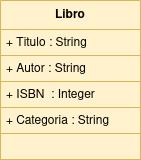
Above: Sistema de Gestión de Bibliotecas.png in alejandrosalazargonzalez/asociacion (draw.io), before the change. Source tidied: cells renumbered, new cells last; positions are measured from the earlier drawing's top-left corner, leaving out a move shared by most shapes. Its diagram source:
```xml
<mxGraphModel>
  <root>
    <mxCell id="0" />
    <mxCell id="1" parent="0" />
    <mxCell id="2" value="Libro" style="swimlane;fontStyle=1;align=center;verticalAlign=middle;horizontal=1;startSize=29;html=1;whiteSpace=wrap;fillColor=#fff2cc;strokeColor=#d6b656;" parent="1" vertex="1">
      <mxGeometry width="140" height="159" as="geometry" />
    </mxCell>
    <mxCell id="3" value="+ Titulo : String" style="text;strokeColor=#d6b656;fillColor=#fff2cc;align=left;verticalAlign=top;spacingLeft=4;spacingRight=4;overflow=hidden;whiteSpace=wrap;html=1;" parent="2" vertex="1">
      <mxGeometry y="29" width="140" height="26" as="geometry" />
    </mxCell>
    <mxCell id="4" value="+ Autor : String" style="text;strokeColor=#d6b656;fillColor=#fff2cc;align=left;verticalAlign=top;spacingLeft=4;spacingRight=4;overflow=hidden;whiteSpace=wrap;html=1;" parent="2" vertex="1">
      <mxGeometry y="55" width="140" height="26" as="geometry" />
    </mxCell>
    <mxCell id="5" value="+ ISBN&amp;nbsp; : Integer" style="text;strokeColor=#d6b656;fillColor=#fff2cc;align=left;verticalAlign=top;spacingLeft=4;spacingRight=4;overflow=hidden;whiteSpace=wrap;html=1;" parent="2" vertex="1">
      <mxGeometry y="81" width="140" height="26" as="geometry" />
    </mxCell>
    <mxCell id="6" value="+ Categoria : String" style="text;strokeColor=#d6b656;fillColor=#fff2cc;align=left;verticalAlign=top;spacingLeft=4;spacingRight=4;overflow=hidden;whiteSpace=wrap;html=1;" parent="2" vertex="1">
      <mxGeometry y="107" width="140" height="26" as="geometry" />
    </mxCell>
    <mxCell id="7" style="text;strokeColor=#d6b656;fillColor=#fff2cc;align=left;verticalAlign=top;spacingLeft=4;spacingRight=4;overflow=hidden;whiteSpace=wrap;html=1;" parent="2" vertex="1">
      <mxGeometry y="133" width="140" height="26" as="geometry" />
    </mxCell>
  </root>
</mxGraphModel>
```
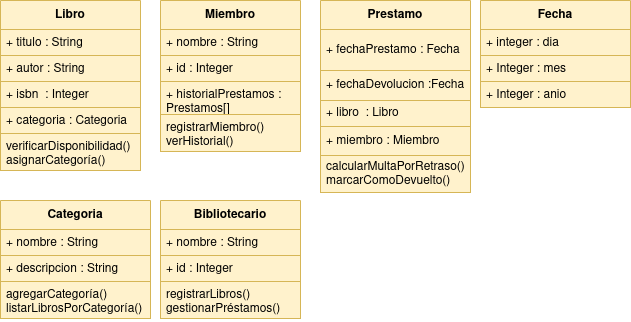
Later version of the same file.

Change to the diagram source:
```diff
@@ -3,22 +3,91 @@
     <mxCell id="0" />
     <mxCell id="1" parent="0" />
     <mxCell id="2" value="Libro" style="swimlane;fontStyle=1;align=center;verticalAlign=middle;horizontal=1;startSize=29;html=1;whiteSpace=wrap;fillColor=#fff2cc;strokeColor=#d6b656;" parent="1" vertex="1">
-      <mxGeometry width="140" height="159" as="geometry" />
+      <mxGeometry width="140" height="170" as="geometry" />
     </mxCell>
-    <mxCell id="3" value="+ Titulo : String" style="text;strokeColor=#d6b656;fillColor=#fff2cc;align=left;verticalAlign=top;spacingLeft=4;spacingRight=4;overflow=hidden;whiteSpace=wrap;html=1;" parent="2" vertex="1">
+    <mxCell id="3" value="+ titulo : String" style="text;strokeColor=#d6b656;fillColor=#fff2cc;align=left;verticalAlign=top;spacingLeft=4;spacingRight=4;overflow=hidden;whiteSpace=wrap;html=1;" parent="2" vertex="1">
       <mxGeometry y="29" width="140" height="26" as="geometry" />
     </mxCell>
-    <mxCell id="4" value="+ Autor : String" style="text;strokeColor=#d6b656;fillColor=#fff2cc;align=left;verticalAlign=top;spacingLeft=4;spacingRight=4;overflow=hidden;whiteSpace=wrap;html=1;" parent="2" vertex="1">
+    <mxCell id="4" value="+ autor : String" style="text;strokeColor=#d6b656;fillColor=#fff2cc;align=left;verticalAlign=top;spacingLeft=4;spacingRight=4;overflow=hidden;whiteSpace=wrap;html=1;" parent="2" vertex="1">
       <mxGeometry y="55" width="140" height="26" as="geometry" />
     </mxCell>
-    <mxCell id="5" value="+ ISBN&amp;nbsp; : Integer" style="text;strokeColor=#d6b656;fillColor=#fff2cc;align=left;verticalAlign=top;spacingLeft=4;spacingRight=4;overflow=hidden;whiteSpace=wrap;html=1;" parent="2" vertex="1">
+    <mxCell id="5" value="+ isbn&amp;nbsp; : Integer" style="text;strokeColor=#d6b656;fillColor=#fff2cc;align=left;verticalAlign=top;spacingLeft=4;spacingRight=4;overflow=hidden;whiteSpace=wrap;html=1;" parent="2" vertex="1">
       <mxGeometry y="81" width="140" height="26" as="geometry" />
     </mxCell>
-    <mxCell id="6" value="+ Categoria : String" style="text;strokeColor=#d6b656;fillColor=#fff2cc;align=left;verticalAlign=top;spacingLeft=4;spacingRight=4;overflow=hidden;whiteSpace=wrap;html=1;" parent="2" vertex="1">
+    <mxCell id="6" value="+ categoria : Categoria" style="text;strokeColor=#d6b656;fillColor=#fff2cc;align=left;verticalAlign=top;spacingLeft=4;spacingRight=4;overflow=hidden;whiteSpace=wrap;html=1;" parent="2" vertex="1">
       <mxGeometry y="107" width="140" height="26" as="geometry" />
     </mxCell>
-    <mxCell id="7" style="text;strokeColor=#d6b656;fillColor=#fff2cc;align=left;verticalAlign=top;spacingLeft=4;spacingRight=4;overflow=hidden;whiteSpace=wrap;html=1;" parent="2" vertex="1">
-      <mxGeometry y="133" width="140" height="26" as="geometry" />
+    <mxCell id="7" value="&lt;div&gt;verificarDisponibilidad()&lt;/div&gt;&lt;div&gt;asignarCategoría()&lt;br&gt;&lt;/div&gt;" style="text;strokeColor=#d6b656;fillColor=#fff2cc;align=left;verticalAlign=top;spacingLeft=4;spacingRight=4;overflow=hidden;whiteSpace=wrap;html=1;" parent="2" vertex="1">
+      <mxGeometry y="133" width="140" height="37" as="geometry" />
     </mxCell>
+    <mxCell id="8" value="Miembro" style="swimlane;fontStyle=1;align=center;verticalAlign=middle;horizontal=1;startSize=29;html=1;whiteSpace=wrap;fillColor=#fff2cc;strokeColor=#d6b656;" parent="1" vertex="1">
+      <mxGeometry x="160" width="140" height="151" as="geometry" />
+    </mxCell>
+    <mxCell id="9" value="+ nombre : String" style="text;strokeColor=#d6b656;fillColor=#fff2cc;align=left;verticalAlign=top;spacingLeft=4;spacingRight=4;overflow=hidden;whiteSpace=wrap;html=1;" parent="8" vertex="1">
+      <mxGeometry y="29" width="140" height="26" as="geometry" />
+    </mxCell>
+    <mxCell id="10" value="+ id : Integer" style="text;strokeColor=#d6b656;fillColor=#fff2cc;align=left;verticalAlign=top;spacingLeft=4;spacingRight=4;overflow=hidden;whiteSpace=wrap;html=1;" parent="8" vertex="1">
+      <mxGeometry y="55" width="140" height="26" as="geometry" />
+    </mxCell>
+    <mxCell id="11" value="+ historialPrestamos : Prestamos[]" style="text;strokeColor=#d6b656;fillColor=#fff2cc;align=left;verticalAlign=top;spacingLeft=4;spacingRight=4;overflow=hidden;whiteSpace=wrap;html=1;" parent="8" vertex="1">
+      <mxGeometry y="81" width="140" height="33" as="geometry" />
+    </mxCell>
+    <mxCell id="12" value="&lt;div&gt;registrarMiembro()&lt;/div&gt;&lt;div&gt;verHistorial()&lt;br&gt;&lt;/div&gt;" style="text;strokeColor=#d6b656;fillColor=#fff2cc;align=left;verticalAlign=top;spacingLeft=4;spacingRight=4;overflow=hidden;whiteSpace=wrap;html=1;" parent="8" vertex="1">
+      <mxGeometry y="114" width="140" height="37" as="geometry" />
+    </mxCell>
+    <mxCell id="13" value="&lt;strong&gt;Prestamo&lt;/strong&gt;" style="swimlane;fontStyle=1;align=center;verticalAlign=middle;horizontal=1;startSize=29;html=1;whiteSpace=wrap;fillColor=#fff2cc;strokeColor=#d6b656;" parent="1" vertex="1">
+      <mxGeometry x="320" width="150" height="192" as="geometry" />
+    </mxCell>
+    <mxCell id="14" value="+ fechaPrestamo : Fecha" style="text;strokeColor=#d6b656;fillColor=#fff2cc;align=left;verticalAlign=middle;spacingLeft=4;spacingRight=4;overflow=hidden;whiteSpace=wrap;html=1;" parent="13" vertex="1">
+      <mxGeometry y="29" width="150" height="41" as="geometry" />
+    </mxCell>
+    <mxCell id="15" value="+ fechaDevolucion :Fecha" style="text;strokeColor=#d6b656;fillColor=#fff2cc;align=left;verticalAlign=middle;spacingLeft=4;spacingRight=4;overflow=hidden;whiteSpace=wrap;html=1;" parent="13" vertex="1">
+      <mxGeometry y="70" width="150" height="30" as="geometry" />
+    </mxCell>
+    <mxCell id="16" value="+ libro&amp;nbsp; : Libro" style="text;strokeColor=#d6b656;fillColor=#fff2cc;align=left;verticalAlign=middle;spacingLeft=4;spacingRight=4;overflow=hidden;whiteSpace=wrap;html=1;" parent="13" vertex="1">
+      <mxGeometry y="100" width="150" height="26" as="geometry" />
+    </mxCell>
+    <mxCell id="17" value="+ miembro : Miembro" style="text;strokeColor=#d6b656;fillColor=#fff2cc;align=left;verticalAlign=middle;spacingLeft=4;spacingRight=4;overflow=hidden;whiteSpace=wrap;html=1;" parent="13" vertex="1">
+      <mxGeometry y="126" width="150" height="29" as="geometry" />
+    </mxCell>
+    <mxCell id="18" value="&lt;div&gt;calcularMultaPorRetraso()&lt;/div&gt;&lt;div&gt;marcarComoDevuelto()&lt;br&gt;&lt;/div&gt;" style="text;strokeColor=#d6b656;fillColor=#fff2cc;align=left;verticalAlign=middle;spacingLeft=4;spacingRight=4;overflow=hidden;whiteSpace=wrap;html=1;" parent="13" vertex="1">
+      <mxGeometry y="155" width="150" height="37" as="geometry" />
+    </mxCell>
+    <mxCell id="19" value="Fecha" style="swimlane;fontStyle=1;align=center;verticalAlign=middle;horizontal=1;startSize=29;html=1;whiteSpace=wrap;fillColor=#fff2cc;strokeColor=#d6b656;" parent="1" vertex="1">
+      <mxGeometry x="480" width="150" height="107" as="geometry" />
+    </mxCell>
+    <mxCell id="20" value="+ integer : dia" style="text;strokeColor=#d6b656;fillColor=#fff2cc;align=left;verticalAlign=top;spacingLeft=4;spacingRight=4;overflow=hidden;whiteSpace=wrap;html=1;" parent="19" vertex="1">
+      <mxGeometry y="29" width="150" height="26" as="geometry" />
+    </mxCell>
+    <mxCell id="21" value="+ Integer : mes" style="text;strokeColor=#d6b656;fillColor=#fff2cc;align=left;verticalAlign=top;spacingLeft=4;spacingRight=4;overflow=hidden;whiteSpace=wrap;html=1;" parent="19" vertex="1">
+      <mxGeometry y="55" width="150" height="26" as="geometry" />
+    </mxCell>
+    <mxCell id="22" value="+ Integer : anio" style="text;strokeColor=#d6b656;fillColor=#fff2cc;align=left;verticalAlign=top;spacingLeft=4;spacingRight=4;overflow=hidden;whiteSpace=wrap;html=1;" parent="19" vertex="1">
+      <mxGeometry y="81" width="150" height="26" as="geometry" />
+    </mxCell>
+    <mxCell id="23" value="Bibliotecario" style="swimlane;fontStyle=1;align=center;verticalAlign=middle;horizontal=1;startSize=29;html=1;whiteSpace=wrap;fillColor=#fff2cc;strokeColor=#d6b656;" parent="1" vertex="1">
+      <mxGeometry x="160" y="200" width="140" height="118" as="geometry" />
+    </mxCell>
+    <mxCell id="24" value="+ nombre : String" style="text;strokeColor=#d6b656;fillColor=#fff2cc;align=left;verticalAlign=top;spacingLeft=4;spacingRight=4;overflow=hidden;whiteSpace=wrap;html=1;" parent="23" vertex="1">
+      <mxGeometry y="29" width="140" height="26" as="geometry" />
+    </mxCell>
+    <mxCell id="25" value="+ id : Integer" style="text;strokeColor=#d6b656;fillColor=#fff2cc;align=left;verticalAlign=top;spacingLeft=4;spacingRight=4;overflow=hidden;whiteSpace=wrap;html=1;" parent="23" vertex="1">
+      <mxGeometry y="55" width="140" height="26" as="geometry" />
+    </mxCell>
+    <mxCell id="26" value="&lt;div&gt;registrarLibros()&lt;/div&gt;&lt;div&gt;gestionarPréstamos()&lt;br&gt;&lt;/div&gt;" style="text;strokeColor=#d6b656;fillColor=#fff2cc;align=left;verticalAlign=top;spacingLeft=4;spacingRight=4;overflow=hidden;whiteSpace=wrap;html=1;" parent="23" vertex="1">
+      <mxGeometry y="81" width="140" height="37" as="geometry" />
+    </mxCell>
+    <mxCell id="27" value="Categoria" style="swimlane;fontStyle=1;align=center;verticalAlign=middle;horizontal=1;startSize=29;html=1;whiteSpace=wrap;fillColor=#fff2cc;strokeColor=#d6b656;" parent="1" vertex="1">
+      <mxGeometry y="200" width="150" height="118" as="geometry" />
+    </mxCell>
+    <mxCell id="28" value="+ nombre : String" style="text;strokeColor=#d6b656;fillColor=#fff2cc;align=left;verticalAlign=top;spacingLeft=4;spacingRight=4;overflow=hidden;whiteSpace=wrap;html=1;" parent="27" vertex="1">
+      <mxGeometry y="29" width="150" height="26" as="geometry" />
+    </mxCell>
+    <mxCell id="29" value="+ descripcion : String" style="text;strokeColor=#d6b656;fillColor=#fff2cc;align=left;verticalAlign=top;spacingLeft=4;spacingRight=4;overflow=hidden;whiteSpace=wrap;html=1;" parent="27" vertex="1">
+      <mxGeometry y="55" width="150" height="26" as="geometry" />
+    </mxCell>
+    <mxCell id="30" value="&lt;div&gt;agregarCategoría()&lt;/div&gt;&lt;div&gt;listarLibrosPorCategoría()&lt;br&gt;&lt;/div&gt;" style="text;strokeColor=#d6b656;fillColor=#fff2cc;align=left;verticalAlign=top;spacingLeft=4;spacingRight=4;overflow=hidden;whiteSpace=wrap;html=1;" parent="27" vertex="1">
+      <mxGeometry y="81" width="150" height="37" as="geometry" />
+    </mxCell>
   </root>
 </mxGraphModel>
```
